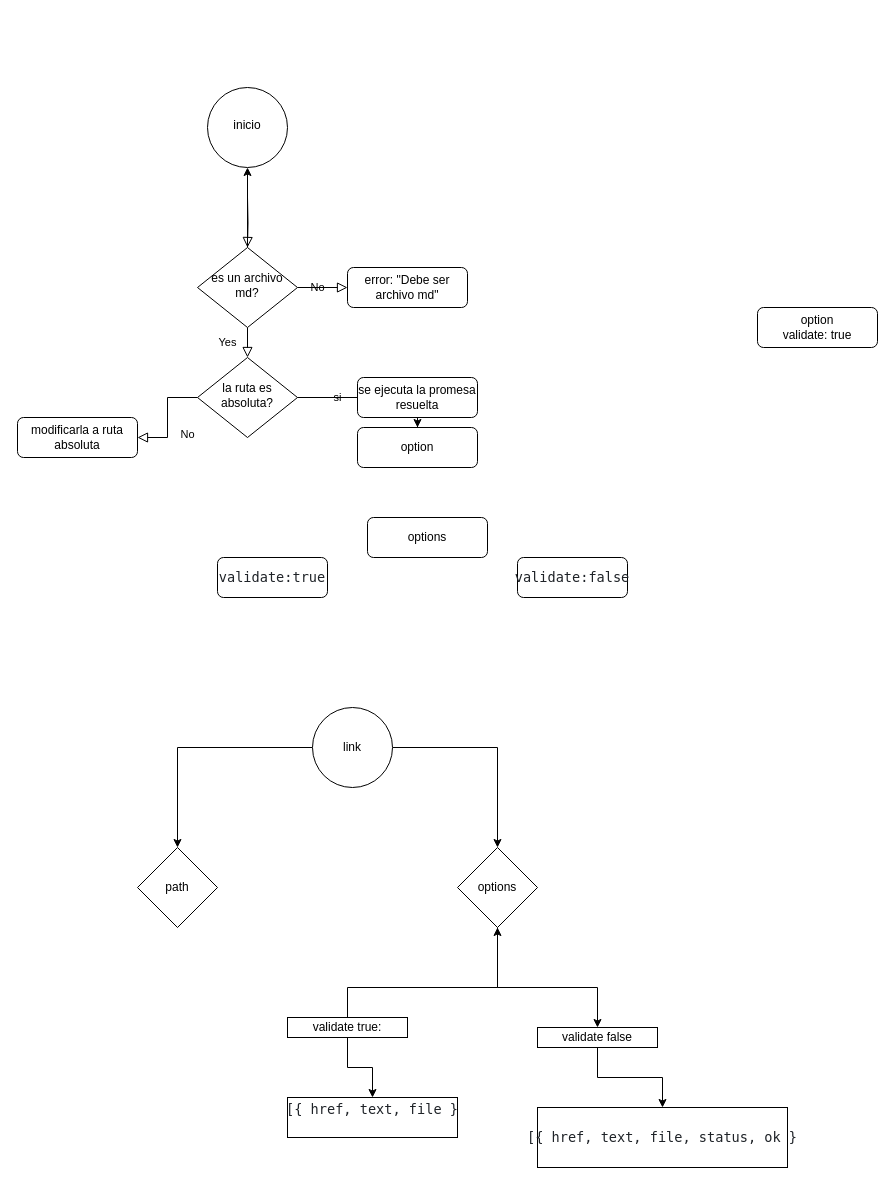
Lady9696/DEV004-md-links keeps this draw.io diagram as Diagrama sin título.drawio. Above is the earlier version. Source tidied: cells renumbered, new cells numbered last; positions are measured from the earlier drawing's top-left corner, leaving out a move shared by most shapes. Both pictures are drawn from the tidied source at 100%, with x=0, y=0 at pixel (17, 87).
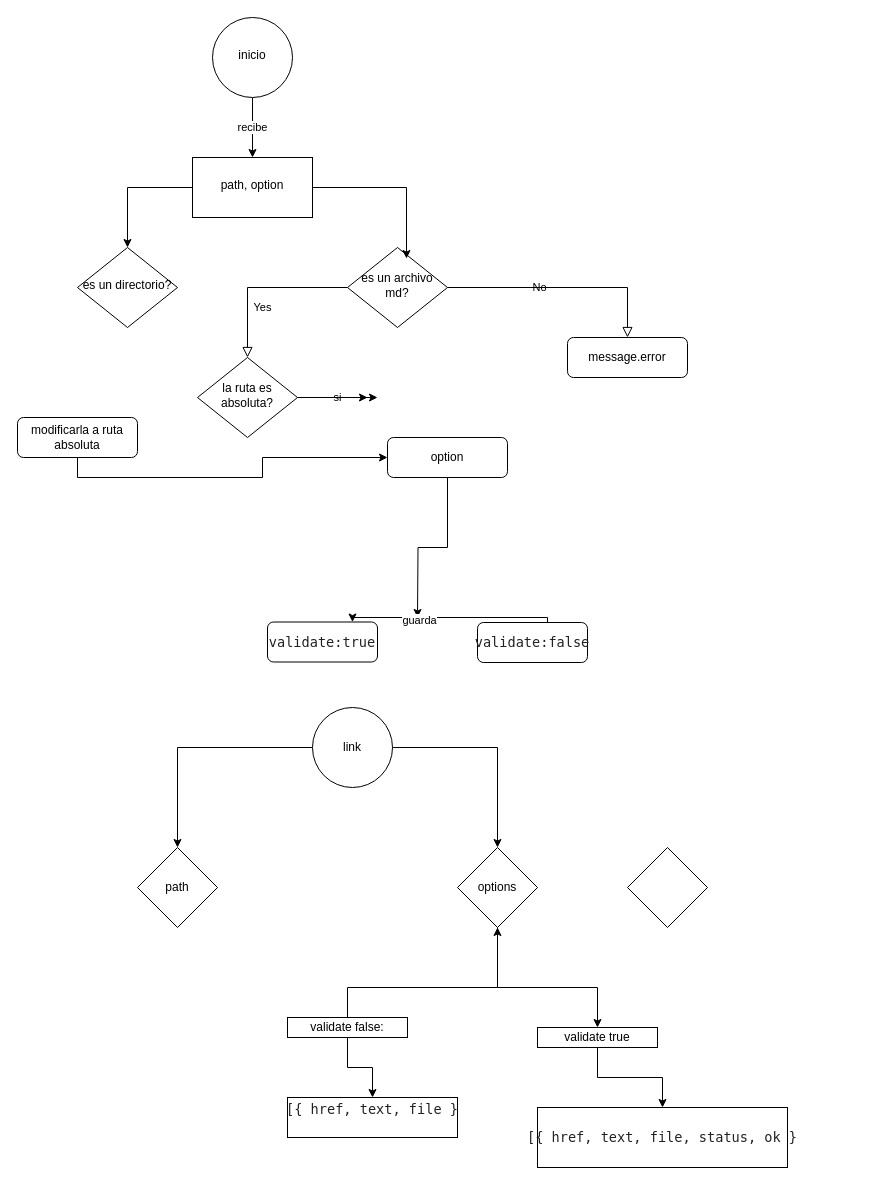
Above is the later version.

Unchanged cells that the change refers to:
```xml
<mxCell id="11" value="la ruta es absoluta?" style="rhombus;whiteSpace=wrap;html=1;shadow=0;fontFamily=Helvetica;fontSize=12;align=center;strokeWidth=1;spacing=6;spacingTop=-4;" parent="1" vertex="1">
  <mxGeometry x="180" y="270" width="100" height="80" as="geometry" />
</mxCell>
<mxCell id="12" value="modificarla a ruta absoluta" style="rounded=1;whiteSpace=wrap;html=1;fontSize=12;glass=0;strokeWidth=1;shadow=0;" parent="1" vertex="1">
  <mxGeometry y="330" width="120" height="40" as="geometry" />
</mxCell>
```

The edit, as a diff of the source:
```diff
@@
-    <mxCell id="2" style="rounded=0;html=1;jettySize=auto;fontSize=11;endArrow=block;endFill=0;endSize=8;strokeWidth=1;shadow=0;labelBackgroundColor=none;edgeStyle=orthogonalEdgeStyle;" parent="1" edge="1" target="6">
-      <mxGeometry relative="1" as="geometry">
-        <mxPoint x="230" y="110" as="sourcePoint" />
-      </mxGeometry>
-    </mxCell>
+    <mxCell id="4" value="No" style="edgeStyle=orthogonalEdgeStyle;rounded=0;html=1;jettySize=auto;fontSize=11;endArrow=block;endFill=0;endSize=8;strokeWidth=1;shadow=0;labelBackgroundColor=none;" parent="1" edge="1" source="6" target="7">
+      <mxGeometry x="-0.2" relative="1" as="geometry" />
+    </mxCell>
@@
-    <mxCell id="4" value="No" style="edgeStyle=orthogonalEdgeStyle;rounded=0;html=1;jettySize=auto;fontSize=11;endArrow=block;endFill=0;endSize=8;strokeWidth=1;shadow=0;labelBackgroundColor=none;" parent="1" edge="1" source="6" target="7">
-      <mxGeometry x="-0.2" relative="1" as="geometry" />
-    </mxCell>
-    <mxCell id="5" style="edgeStyle=orthogonalEdgeStyle;rounded=0;jettySize=auto;html=1;" parent="1" edge="1" source="6" target="15">
-      <mxGeometry relative="1" as="geometry" />
-    </mxCell>
     <mxCell id="6" value="es un archivo md?" style="rhombus;whiteSpace=wrap;html=1;shadow=0;fontFamily=Helvetica;fontSize=12;align=center;strokeWidth=1;spacing=6;spacingTop=-4;" parent="1" vertex="1">
-      <mxGeometry x="180" y="160" width="100" height="80" as="geometry" />
+      <mxGeometry x="330" y="160" width="100" height="80" as="geometry" />
     </mxCell>
-    <mxCell id="7" value="error: &quot;Debe ser archivo md&quot;" style="rounded=1;whiteSpace=wrap;html=1;fontSize=12;glass=0;strokeWidth=1;shadow=0;" parent="1" vertex="1">
-      <mxGeometry x="330" y="180" width="120" height="40" as="geometry" />
+    <mxCell id="7" value="message.error" style="rounded=1;whiteSpace=wrap;html=1;fontSize=12;glass=0;strokeWidth=1;shadow=0;" parent="1" vertex="1">
+      <mxGeometry x="550" y="250" width="120" height="40" as="geometry" />
     </mxCell>
-    <mxCell id="8" value="No" style="rounded=0;html=1;jettySize=auto;fontSize=11;endArrow=block;endFill=0;endSize=8;strokeWidth=1;shadow=0;labelBackgroundColor=none;edgeStyle=orthogonalEdgeStyle;" parent="1" edge="1" source="11" target="12">
-      <mxGeometry x="0.33" y="20" relative="1" as="geometry" />
-    </mxCell>
@@
+    <mxCell id="34" style="edgeStyle=orthogonalEdgeStyle;rounded=0;jettySize=auto;html=1;" parent="1" edge="1" source="12" target="32">
+      <mxGeometry relative="1" as="geometry">
+        <Array as="points">
+          <mxPoint x="60" y="390" />
+          <mxPoint x="245" y="390" />
+          <mxPoint x="245" y="370" />
+        </Array>
+      </mxGeometry>
+    </mxCell>
@@
-    <mxCell id="13" value="option&lt;br&gt;validate: true" style="rounded=1;whiteSpace=wrap;html=1;fontSize=12;glass=0;strokeWidth=1;shadow=0;" parent="1" vertex="1">
-      <mxGeometry x="740" y="220" width="120" height="40" as="geometry" />
-    </mxCell>
     <mxCell id="14" value="&lt;pre style=&quot;box-sizing: border-box; font-family: ui-monospace, SFMono-Regular, &amp;quot;SF Mono&amp;quot;, Menlo, Consolas, &amp;quot;Liberation Mono&amp;quot;, monospace; font-size: 13.6px; margin-top: 0px; margin-bottom: 0px; overflow-wrap: normal; padding: 16px; overflow: auto; line-height: 1.45; color: rgb(31, 35, 40); background-color: var(--color-canvas-subtle); border-radius: 6px; word-break: normal;&quot;&gt;&lt;pre style=&quot;box-sizing: border-box; font-family: ui-monospace, SFMono-Regular, &amp;quot;SF Mono&amp;quot;, Menlo, Consolas, &amp;quot;Liberation Mono&amp;quot;, monospace; font-size: 13.6px; margin-top: 0px; margin-bottom: 0px; overflow-wrap: normal; padding: 16px; overflow: auto; line-height: 1.45; background-color: var(--color-canvas-subtle); border-radius: 6px; word-break: normal;&quot;&gt;validate:true&lt;/pre&gt;&lt;/pre&gt;" style="rounded=1;whiteSpace=wrap;html=1;fontSize=12;glass=0;strokeWidth=1;shadow=0;align=center;" parent="1" vertex="1">
-      <mxGeometry x="200" y="470" width="110" height="40" as="geometry" />
+      <mxGeometry x="250" y="534.5" width="110" height="40" as="geometry" />
     </mxCell>
+    <mxCell id="35" value="recibe" style="edgeStyle=orthogonalEdgeStyle;rounded=0;jettySize=auto;html=1;entryX=0.5;entryY=0;entryDx=0;entryDy=0;" parent="1" edge="1" source="15" target="41">
+      <mxGeometry relative="1" as="geometry" />
+    </mxCell>
     <mxCell id="15" value="inicio" style="ellipse;whiteSpace=wrap;html=1;shadow=0;strokeWidth=1;spacing=6;spacingTop=-4;" parent="1" vertex="1">
-      <mxGeometry x="190" width="80" height="80" as="geometry" />
+      <mxGeometry x="195" y="-70" width="80" height="80" as="geometry" />
     </mxCell>
     <mxCell id="16" value="&lt;pre style=&quot;box-sizing: border-box; font-family: ui-monospace, SFMono-Regular, &amp;quot;SF Mono&amp;quot;, Menlo, Consolas, &amp;quot;Liberation Mono&amp;quot;, monospace; font-size: 13.6px; margin-top: 0px; margin-bottom: 0px; overflow-wrap: normal; padding: 16px; overflow: auto; line-height: 1.45; color: rgb(31, 35, 40); background-color: var(--color-canvas-subtle); border-radius: 6px; word-break: normal;&quot;&gt;&lt;pre style=&quot;box-sizing: border-box; font-family: ui-monospace, SFMono-Regular, &amp;quot;SF Mono&amp;quot;, Menlo, Consolas, &amp;quot;Liberation Mono&amp;quot;, monospace; font-size: 13.6px; margin-top: 0px; margin-bottom: 0px; overflow-wrap: normal; padding: 16px; overflow: auto; line-height: 1.45; background-color: var(--color-canvas-subtle); border-radius: 6px; word-break: normal;&quot;&gt;validate:false&lt;/pre&gt;&lt;/pre&gt;" style="rounded=1;whiteSpace=wrap;html=1;fontSize=12;glass=0;strokeWidth=1;shadow=0;align=center;" parent="1" vertex="1">
-      <mxGeometry x="500" y="470" width="110" height="40" as="geometry" />
+      <mxGeometry x="460" y="535" width="110" height="40" as="geometry" />
     </mxCell>
@@
-    <mxCell id="24" value="validate false" style="whiteSpace=wrap;html=1;" parent="1" vertex="1">
+    <mxCell id="24" value="validate true" style="whiteSpace=wrap;html=1;" parent="1" vertex="1">
       <mxGeometry x="520" y="940" width="120" height="20" as="geometry" />
     </mxCell>
@@
-    <mxCell id="27" value="validate true:" style="whiteSpace=wrap;html=1;" parent="1" vertex="1">
+    <mxCell id="27" value="validate false:" style="whiteSpace=wrap;html=1;" parent="1" vertex="1">
       <mxGeometry x="270" y="930" width="120" height="20" as="geometry" />
     </mxCell>
@@
-    <mxCell id="30" style="edgeStyle=orthogonalEdgeStyle;rounded=0;jettySize=auto;html=1;" parent="1" edge="1" source="31" target="32">
-      <mxGeometry relative="1" as="geometry" />
-    </mxCell>
-    <mxCell id="31" value="se ejecuta la promesa resuelta" style="rounded=1;whiteSpace=wrap;html=1;fontSize=12;glass=0;strokeWidth=1;shadow=0;" parent="1" vertex="1">
-      <mxGeometry x="340" y="290" width="120" height="40" as="geometry" />
-    </mxCell>
+    <mxCell id="36" style="edgeStyle=orthogonalEdgeStyle;rounded=0;jettySize=auto;html=1;" parent="1" edge="1" source="32">
+      <mxGeometry relative="1" as="geometry">
+        <mxPoint x="400" y="530" as="targetPoint" />
+      </mxGeometry>
+    </mxCell>
+    <mxCell id="37" style="edgeStyle=orthogonalEdgeStyle;rounded=0;jettySize=auto;html=1;exitX=0.5;exitY=1;exitDx=0;exitDy=0;" parent="1" edge="1" source="32">
+      <mxGeometry relative="1" as="geometry">
+        <mxPoint x="420" y="380" as="targetPoint" />
+      </mxGeometry>
+    </mxCell>
     <mxCell id="32" value="option" style="rounded=1;whiteSpace=wrap;html=1;fontSize=12;glass=0;strokeWidth=1;shadow=0;" parent="1" vertex="1">
-      <mxGeometry x="340" y="340" width="120" height="40" as="geometry" />
+      <mxGeometry x="370" y="350" width="120" height="40" as="geometry" />
     </mxCell>
-    <mxCell id="33" value="options" style="rounded=1;whiteSpace=wrap;html=1;fontSize=12;glass=0;strokeWidth=1;shadow=0;" parent="1" vertex="1">
-      <mxGeometry x="350" y="430" width="120" height="40" as="geometry" />
-    </mxCell>
+    <mxCell id="38" value="guarda" style="edgeStyle=orthogonalEdgeStyle;rounded=0;jettySize=auto;html=1;" parent="1" edge="1" source="16" target="14">
+      <mxGeometry x="0.3" y="3" relative="1" as="geometry">
+        <Array as="points">
+          <mxPoint x="530" y="530" />
+          <mxPoint x="335" y="530" />
+        </Array>
+      </mxGeometry>
+    </mxCell>
+    <mxCell id="39" style="edgeStyle=orthogonalEdgeStyle;rounded=0;jettySize=auto;html=1;" parent="1" edge="1" source="41" target="42">
+      <mxGeometry relative="1" as="geometry" />
+    </mxCell>
+    <mxCell id="40" style="edgeStyle=orthogonalEdgeStyle;rounded=0;jettySize=auto;html=1;entryX=0.59;entryY=0.138;entryDx=0;entryDy=0;entryPerimeter=0;" parent="1" edge="1" source="41" target="6">
+      <mxGeometry relative="1" as="geometry" />
+    </mxCell>
+    <mxCell id="41" value="path, option" style="whiteSpace=wrap;html=1;shadow=0;strokeWidth=1;spacing=6;spacingTop=-4;" parent="1" vertex="1">
+      <mxGeometry x="175" y="70" width="120" height="60" as="geometry" />
+    </mxCell>
+    <mxCell id="42" value="es un directorio?" style="rhombus;whiteSpace=wrap;html=1;shadow=0;fontFamily=Helvetica;fontSize=12;align=center;strokeWidth=1;spacing=6;spacingTop=-4;" parent="1" vertex="1">
+      <mxGeometry x="60" y="160" width="100" height="80" as="geometry" />
+    </mxCell>
+    <mxCell id="43" style="rhombus;whiteSpace=wrap;html=1;" parent="1" vertex="1">
+      <mxGeometry x="610" y="760" width="80" height="80" as="geometry" />
+    </mxCell>
```
